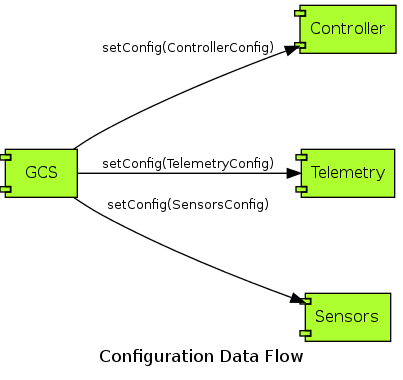
Before: doc/data_flow_config.dot.png, a diagram exported from Graphviz (cepr/hummingdroid-flightapp). Its source is kept beside it as doc/data_flow_config.dot. The source it was exported from:
```dot
digraph G {
    rankdir=LR;
    nodesep = 1.0;
    fontsize = 13;
    label = "Configuration Data Flow";

    node [ shape="component", fontsize=12, style=filled, fillcolor=greenyellow ];

    edge [ fontsize=10 ];

    GCS -> Controller [ label="setConfig(ControllerConfig)" ];
    GCS -> Telemetry [ label="setConfig(TelemetryConfig)" ];
    GCS -> Sensors [ label="setConfig(SensorsConfig)" ];
}
```
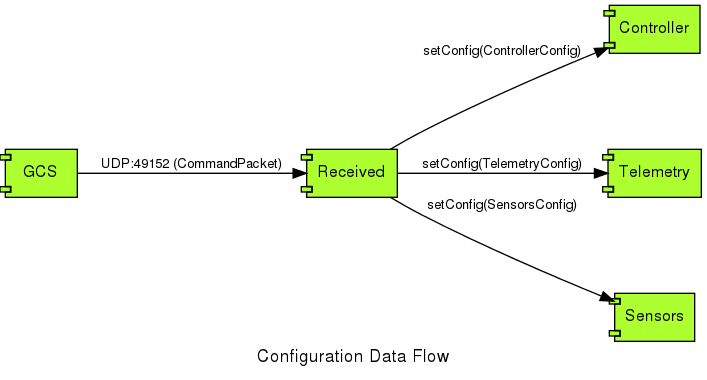
After the commit.

What changed in the source:
```diff
@@ -1,14 +1,16 @@
 digraph G {
     rankdir=LR;
     nodesep = 1.0;
+    fontname = "Nimbus Sans L";
     fontsize = 13;
     label = "Configuration Data Flow";
 
-    node [ shape="component", fontsize=12, style=filled, fillcolor=greenyellow ];
+    node [ shape="component", fontname = "Nimbus Sans L", fontsize=12, style=filled, fillcolor=greenyellow ];
 
-    edge [ fontsize=10 ];
+    edge [ fontname = "Nimbus Sans L", fontsize=10 ];
 
-    GCS -> Controller [ label="setConfig(ControllerConfig)" ];
-    GCS -> Telemetry [ label="setConfig(TelemetryConfig)" ];
-    GCS -> Sensors [ label="setConfig(SensorsConfig)" ];
+    GCS -> Received [ label="UDP:49152 (CommandPacket)" ];
+    Received -> Controller [ label="setConfig(ControllerConfig)" ];
+    Received -> Telemetry [ label="setConfig(TelemetryConfig)" ];
+    Received -> Sensors [ label="setConfig(SensorsConfig)" ];
 }
```
